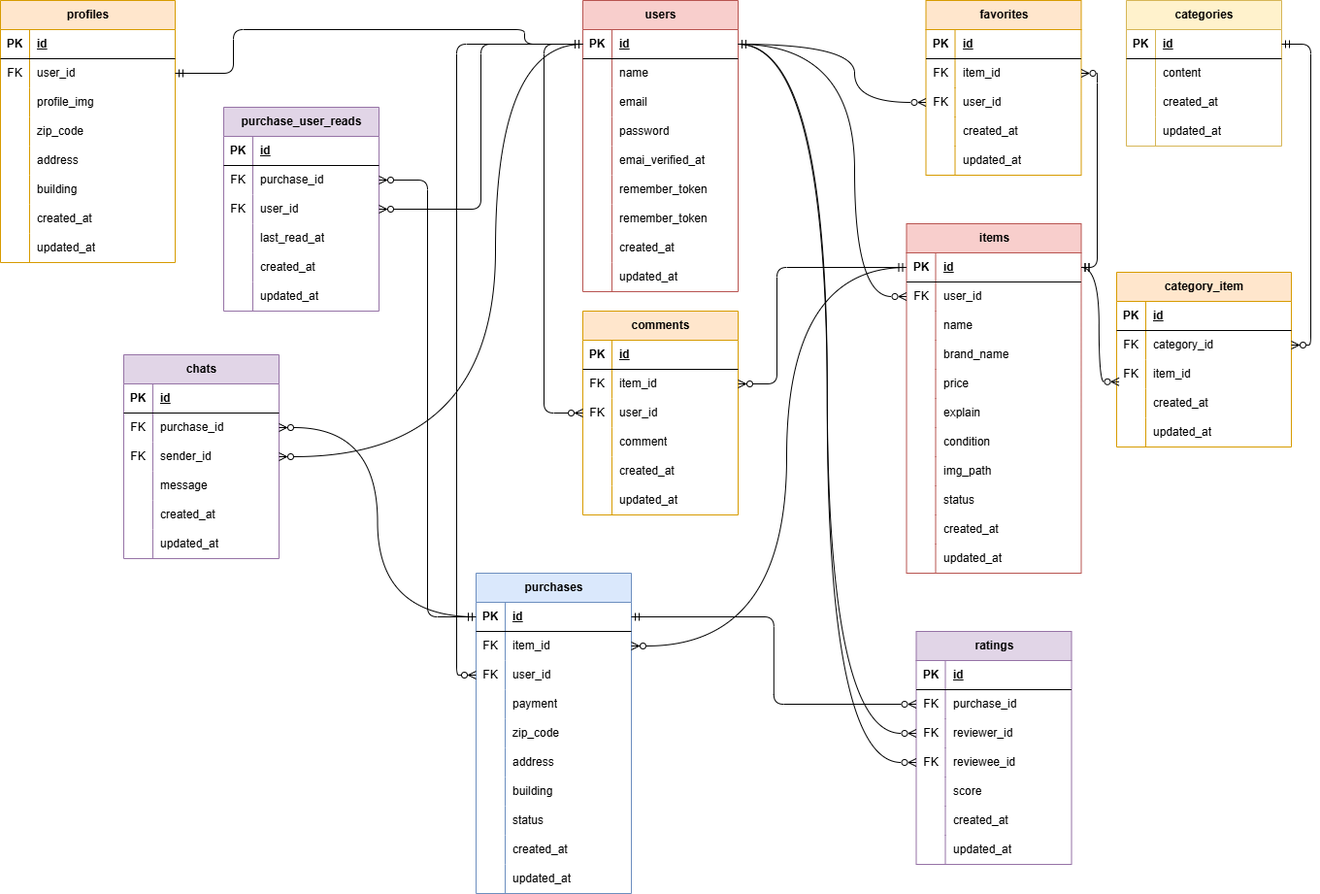
This is ER.drawio.png from torch29/matsumoto-mogikadai1, a draw.io export, as it was before one commit. Source tidied: cells renumbered, new cells last; positions are measured from the earlier drawing's top-left corner, leaving out a move shared by most shapes.
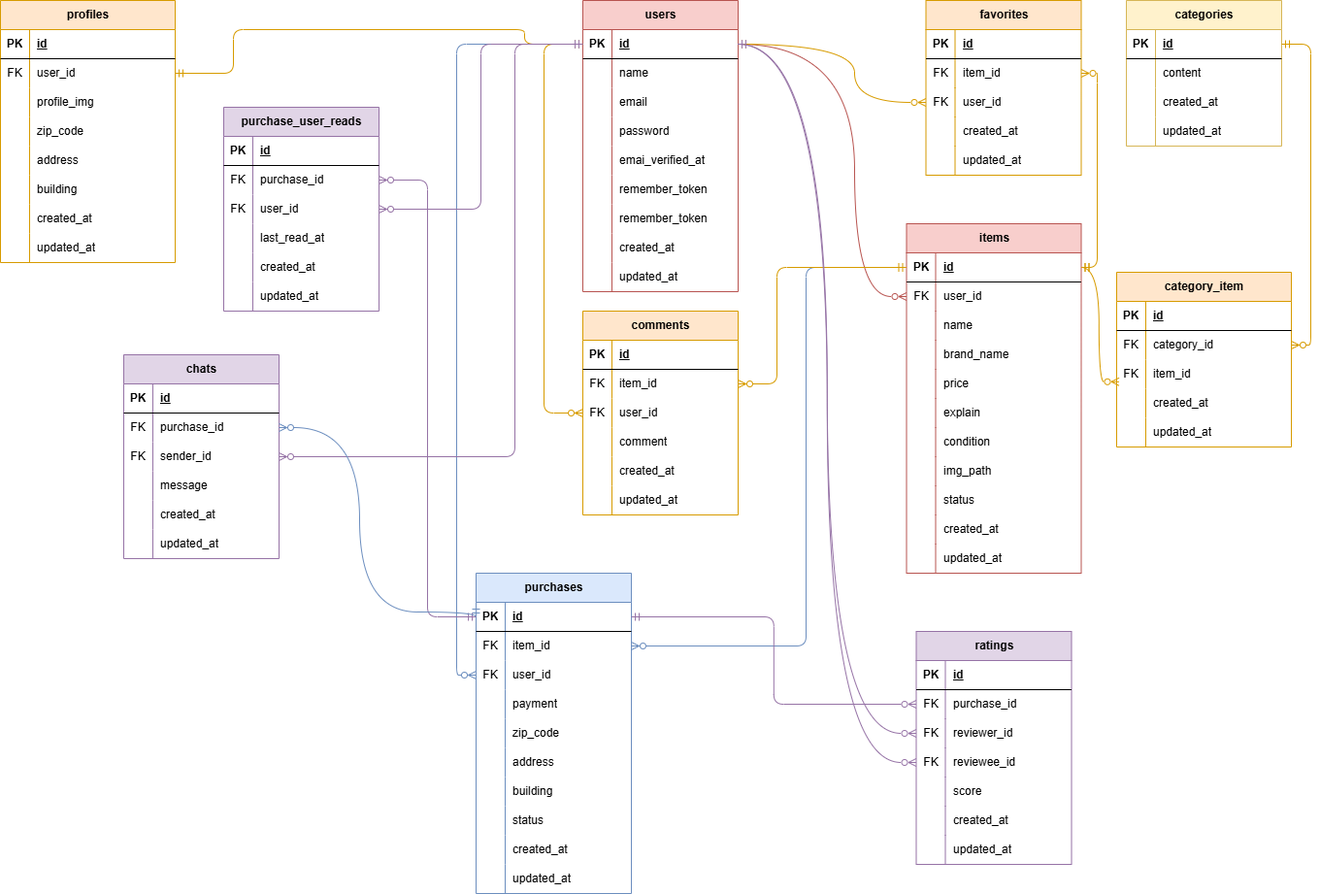
Above is the later version.

What changed in the source:
```diff
@@ -395,7 +395,7 @@
     <mxCell id="132" value="updated_at" style="shape=partialRectangle;fillColor=none;top=0;left=0;bottom=0;right=0;align=left;spacingLeft=6;overflow=hidden;whiteSpace=wrap;html=1;" parent="130" vertex="1">
       <mxGeometry x="30" width="130" height="30" as="geometry" />
     </mxCell>
-    <mxCell id="133" style="edgeStyle=orthogonalEdgeStyle;html=1;exitX=1;exitY=0.5;exitDx=0;exitDy=0;entryX=0;entryY=0.5;entryDx=0;entryDy=0;startArrow=ERmandOne;startFill=0;endArrow=ERzeroToMany;endFill=0;curved=1;" parent="1" edge="1" source="3" target="59">
+    <mxCell id="133" style="edgeStyle=orthogonalEdgeStyle;html=1;exitX=1;exitY=0.5;exitDx=0;exitDy=0;entryX=0;entryY=0.5;entryDx=0;entryDy=0;startArrow=ERmandOne;startFill=0;endArrow=ERzeroToMany;endFill=0;curved=1;fillColor=#f8cecc;strokeColor=#b85450;" parent="1" edge="1" source="3" target="59">
       <mxGeometry relative="1" as="geometry">
         <Array as="points">
           <mxPoint x="880" y="45" />
@@ -559,18 +559,18 @@
     <mxCell id="185" value="updated_at" style="shape=partialRectangle;fillColor=none;top=0;left=0;bottom=0;right=0;align=left;spacingLeft=6;overflow=hidden;whiteSpace=wrap;html=1;" parent="183" vertex="1">
       <mxGeometry x="30" width="150" height="30" as="geometry" />
     </mxCell>
-    <mxCell id="186" style="edgeStyle=orthogonalEdgeStyle;html=1;exitX=1;exitY=0.5;exitDx=0;exitDy=0;entryX=0.014;entryY=0.76;entryDx=0;entryDy=0;entryPerimeter=0;curved=1;endArrow=ERzeroToMany;endFill=0;startArrow=ERmandOne;startFill=0;" parent="1" edge="1" source="56" target="177">
+    <mxCell id="186" style="edgeStyle=orthogonalEdgeStyle;html=1;exitX=1;exitY=0.5;exitDx=0;exitDy=0;entryX=0.014;entryY=0.76;entryDx=0;entryDy=0;entryPerimeter=0;curved=1;endArrow=ERzeroToMany;endFill=0;startArrow=ERmandOne;startFill=0;fillColor=#ffe6cc;strokeColor=#d79b00;" parent="1" edge="1" source="56" target="177">
       <mxGeometry relative="1" as="geometry" />
     </mxCell>
-    <mxCell id="187" style="edgeStyle=orthogonalEdgeStyle;html=1;exitX=0;exitY=0.5;exitDx=0;exitDy=0;entryX=1;entryY=0.5;entryDx=0;entryDy=0;curved=1;endArrow=ERzeroToMany;endFill=0;" parent="1" edge="1" source="56" target="93">
+    <mxCell id="187" style="edgeStyle=orthogonalEdgeStyle;html=1;exitX=0;exitY=0.5;exitDx=0;exitDy=0;entryX=1;entryY=0.5;entryDx=0;entryDy=0;endArrow=ERzeroToMany;endFill=0;fillColor=#dae8fc;strokeColor=#6c8ebf;" parent="1" edge="1" source="56" target="93">
       <mxGeometry relative="1" as="geometry">
         <Array as="points">
-          <mxPoint x="810" y="275" />
-          <mxPoint x="810" y="665" />
+          <mxPoint x="830" y="275" />
+          <mxPoint x="830" y="665" />
         </Array>
       </mxGeometry>
     </mxCell>
-    <mxCell id="188" style="html=1;exitX=0;exitY=0.5;exitDx=0;exitDy=0;entryX=1;entryY=0.5;entryDx=0;entryDy=0;startArrow=ERmandOne;startFill=0;endArrow=ERmandOne;endFill=0;edgeStyle=orthogonalEdgeStyle;" parent="1" edge="1" source="3" target="34">
+    <mxCell id="188" style="html=1;exitX=0;exitY=0.5;exitDx=0;exitDy=0;entryX=1;entryY=0.5;entryDx=0;entryDy=0;startArrow=ERmandOne;startFill=0;endArrow=ERmandOne;endFill=0;edgeStyle=orthogonalEdgeStyle;fillColor=#ffe6cc;strokeColor=#d79b00;" parent="1" edge="1" source="3" target="34">
       <mxGeometry relative="1" as="geometry">
         <Array as="points">
           <mxPoint x="540" y="45" />
@@ -583,7 +583,7 @@
     <mxCell id="189" style="edgeStyle=orthogonalEdgeStyle;html=1;exitX=1;exitY=0.5;exitDx=0;exitDy=0;entryX=0;entryY=0.5;entryDx=0;entryDy=0;curved=1;startArrow=ERmandOne;startFill=0;endArrow=ERzeroToMany;endFill=0;" parent="1" edge="1" source="3">
       <mxGeometry relative="1" as="geometry" />
     </mxCell>
-    <mxCell id="190" style="edgeStyle=orthogonalEdgeStyle;html=1;exitX=1;exitY=0.5;exitDx=0;exitDy=0;entryX=1;entryY=0.5;entryDx=0;entryDy=0;startArrow=ERmandOne;startFill=0;endArrow=ERzeroToMany;endFill=0;" parent="1" edge="1" source="121" target="174">
+    <mxCell id="190" style="edgeStyle=orthogonalEdgeStyle;html=1;exitX=1;exitY=0.5;exitDx=0;exitDy=0;entryX=1;entryY=0.5;entryDx=0;entryDy=0;startArrow=ERmandOne;startFill=0;endArrow=ERzeroToMany;endFill=0;fillColor=#ffe6cc;strokeColor=#d79b00;" parent="1" edge="1" source="121" target="174">
       <mxGeometry relative="1" as="geometry">
         <Array as="points">
           <mxPoint x="1350" y="45" />
@@ -602,7 +602,7 @@
     <mxCell id="192" style="edgeStyle=orthogonalEdgeStyle;html=1;exitX=1;exitY=0.5;exitDx=0;exitDy=0;entryX=0;entryY=0.5;entryDx=0;entryDy=0;curved=1;startArrow=ERmandOne;startFill=0;endArrow=ERzeroToMany;endFill=0;" parent="1" edge="1" source="3">
       <mxGeometry relative="1" as="geometry" />
     </mxCell>
-    <mxCell id="193" style="edgeStyle=orthogonalEdgeStyle;html=1;exitX=1;exitY=0.5;exitDx=0;exitDy=0;entryX=1;entryY=0.5;entryDx=0;entryDy=0;startArrow=ERmandOne;startFill=0;endArrow=ERzeroToMany;endFill=0;" parent="1" edge="1" source="56" target="138">
+    <mxCell id="193" style="edgeStyle=orthogonalEdgeStyle;html=1;exitX=1;exitY=0.5;exitDx=0;exitDy=0;entryX=1;entryY=0.5;entryDx=0;entryDy=0;startArrow=ERmandOne;startFill=0;endArrow=ERzeroToMany;endFill=0;fillColor=#ffe6cc;strokeColor=#d79b00;" parent="1" edge="1" source="56" target="138">
       <mxGeometry relative="1" as="geometry">
         <Array as="points">
           <mxPoint x="1130" y="275" />
@@ -610,7 +610,7 @@
         </Array>
       </mxGeometry>
     </mxCell>
-    <mxCell id="194" style="edgeStyle=orthogonalEdgeStyle;html=1;exitX=1;exitY=0.5;exitDx=0;exitDy=0;entryX=0;entryY=0.5;entryDx=0;entryDy=0;curved=1;startArrow=ERmandOne;startFill=0;endArrow=ERzeroToMany;endFill=0;" parent="1" edge="1" source="3" target="141">
+    <mxCell id="194" style="edgeStyle=orthogonalEdgeStyle;html=1;exitX=1;exitY=0.5;exitDx=0;exitDy=0;entryX=0;entryY=0.5;entryDx=0;entryDy=0;curved=1;startArrow=ERmandOne;startFill=0;endArrow=ERzeroToMany;endFill=0;fillColor=#ffe6cc;strokeColor=#d79b00;" parent="1" edge="1" source="3" target="141">
       <mxGeometry relative="1" as="geometry">
         <Array as="points">
           <mxPoint x="880" y="45" />
@@ -618,7 +618,7 @@
         </Array>
       </mxGeometry>
     </mxCell>
-    <mxCell id="195" style="edgeStyle=orthogonalEdgeStyle;html=1;exitX=0;exitY=0.5;exitDx=0;exitDy=0;entryX=0;entryY=0.5;entryDx=0;entryDy=0;startArrow=ERmandOne;startFill=0;endArrow=ERzeroToMany;endFill=0;" parent="1" edge="1" source="3" target="96">
+    <mxCell id="195" style="edgeStyle=orthogonalEdgeStyle;html=1;exitX=0;exitY=0.5;exitDx=0;exitDy=0;entryX=0;entryY=0.5;entryDx=0;entryDy=0;startArrow=ERmandOne;startFill=0;endArrow=ERzeroToMany;endFill=0;fillColor=#dae8fc;strokeColor=#6c8ebf;" parent="1" edge="1" source="3" target="96">
       <mxGeometry relative="1" as="geometry">
         <Array as="points">
           <mxPoint x="470" y="45" />
@@ -626,7 +626,7 @@
         </Array>
       </mxGeometry>
     </mxCell>
-    <mxCell id="196" style="edgeStyle=orthogonalEdgeStyle;html=1;exitX=0;exitY=0.5;exitDx=0;exitDy=0;entryX=0;entryY=0.5;entryDx=0;entryDy=0;startArrow=ERmandOne;startFill=0;endArrow=ERzeroToMany;endFill=0;" parent="1" edge="1" source="3" target="158">
+    <mxCell id="196" style="edgeStyle=orthogonalEdgeStyle;html=1;exitX=0;exitY=0.5;exitDx=0;exitDy=0;entryX=0;entryY=0.5;entryDx=0;entryDy=0;startArrow=ERmandOne;startFill=0;endArrow=ERzeroToMany;endFill=0;fillColor=#ffe6cc;strokeColor=#d79b00;" parent="1" edge="1" source="3" target="158">
       <mxGeometry relative="1" as="geometry">
         <Array as="points">
           <mxPoint x="560" y="45" />
@@ -634,7 +634,7 @@
         </Array>
       </mxGeometry>
     </mxCell>
-    <mxCell id="197" style="edgeStyle=orthogonalEdgeStyle;html=1;exitX=0;exitY=0.5;exitDx=0;exitDy=0;entryX=1;entryY=0.5;entryDx=0;entryDy=0;startArrow=ERmandOne;startFill=0;endArrow=ERzeroToMany;endFill=0;" parent="1" edge="1" source="56" target="155">
+    <mxCell id="197" style="edgeStyle=orthogonalEdgeStyle;html=1;exitX=0;exitY=0.5;exitDx=0;exitDy=0;entryX=1;entryY=0.5;entryDx=0;entryDy=0;startArrow=ERmandOne;startFill=0;endArrow=ERzeroToMany;endFill=0;fillColor=#ffe6cc;strokeColor=#d79b00;" parent="1" edge="1" source="56" target="155">
       <mxGeometry relative="1" as="geometry">
         <Array as="points">
           <mxPoint x="800" y="275" />
@@ -822,30 +822,36 @@
     <mxCell id="257" value="updated_at" style="shape=partialRectangle;fillColor=none;top=0;left=0;bottom=0;right=0;align=left;spacingLeft=6;overflow=hidden;whiteSpace=wrap;html=1;" parent="255" vertex="1">
       <mxGeometry x="30" width="130" height="30" as="geometry" />
     </mxCell>
-    <mxCell id="258" style="edgeStyle=orthogonalEdgeStyle;html=1;exitX=0;exitY=0.5;exitDx=0;exitDy=0;entryX=1;entryY=0.5;entryDx=0;entryDy=0;startArrow=ERmandOne;startFill=0;endArrow=ERzeroToMany;endFill=0;" parent="1" edge="1" source="3" target="246">
+    <mxCell id="258" style="edgeStyle=orthogonalEdgeStyle;html=1;exitX=0;exitY=0.5;exitDx=0;exitDy=0;entryX=1;entryY=0.5;entryDx=0;entryDy=0;startArrow=ERmandOne;startFill=0;endArrow=ERzeroToMany;endFill=0;fillColor=#e1d5e7;strokeColor=#9673a6;" parent="1" edge="1" source="3" target="246">
       <mxGeometry relative="1" as="geometry" />
     </mxCell>
-    <mxCell id="259" style="edgeStyle=orthogonalEdgeStyle;html=1;exitX=0;exitY=0.5;exitDx=0;exitDy=0;entryX=1;entryY=0.5;entryDx=0;entryDy=0;startArrow=ERmandOne;startFill=0;endArrow=ERzeroToMany;endFill=0;" parent="1" edge="1" source="90" target="243">
+    <mxCell id="259" style="edgeStyle=orthogonalEdgeStyle;html=1;exitX=0;exitY=0.5;exitDx=0;exitDy=0;entryX=1;entryY=0.5;entryDx=0;entryDy=0;startArrow=ERmandOne;startFill=0;endArrow=ERzeroToMany;endFill=0;fillColor=#e1d5e7;strokeColor=#9673a6;" parent="1" edge="1" source="90" target="243">
       <mxGeometry relative="1" as="geometry" />
     </mxCell>
-    <mxCell id="260" style="edgeStyle=orthogonalEdgeStyle;html=1;exitX=0;exitY=0.5;exitDx=0;exitDy=0;entryX=1;entryY=0.5;entryDx=0;entryDy=0;endArrow=ERzeroToMany;endFill=0;startArrow=ERmandOne;startFill=0;curved=1;" parent="1" edge="1" source="3" target="205">
+    <mxCell id="260" style="edgeStyle=orthogonalEdgeStyle;html=1;exitX=0;exitY=0.5;exitDx=0;exitDy=0;entryX=1;entryY=0.5;entryDx=0;entryDy=0;endArrow=ERzeroToMany;endFill=0;startArrow=ERmandOne;startFill=0;fillColor=#e1d5e7;strokeColor=#9673a6;" parent="1" edge="1" source="3" target="205">
       <mxGeometry relative="1" as="geometry">
         <Array as="points">
-          <mxPoint x="510" y="45" />
-          <mxPoint x="510" y="470" />
+          <mxPoint x="530" y="45" />
+          <mxPoint x="530" y="470" />
         </Array>
       </mxGeometry>
     </mxCell>
-    <mxCell id="261" style="edgeStyle=orthogonalEdgeStyle;html=1;exitX=0;exitY=0.5;exitDx=0;exitDy=0;entryX=1;entryY=0.5;entryDx=0;entryDy=0;startArrow=ERmandOne;startFill=0;endArrow=ERzeroToMany;endFill=0;curved=1;" parent="1" edge="1" source="90" target="202">
-      <mxGeometry relative="1" as="geometry" />
+    <mxCell id="261" style="edgeStyle=orthogonalEdgeStyle;html=1;exitX=0;exitY=0.5;exitDx=0;exitDy=0;entryX=1;entryY=0.5;entryDx=0;entryDy=0;startArrow=ERmandOne;startFill=0;endArrow=ERzeroToMany;endFill=0;curved=1;fillColor=#dae8fc;strokeColor=#6c8ebf;" parent="1" edge="1" source="90" target="202">
+      <mxGeometry relative="1" as="geometry">
+        <Array as="points">
+          <mxPoint x="490" y="630" />
+          <mxPoint x="370" y="630" />
+          <mxPoint x="370" y="440" />
+        </Array>
+      </mxGeometry>
     </mxCell>
-    <mxCell id="262" style="edgeStyle=orthogonalEdgeStyle;html=1;exitX=1;exitY=0.5;exitDx=0;exitDy=0;entryX=0;entryY=0.5;entryDx=0;entryDy=0;startArrow=ERmandOne;startFill=0;endArrow=ERzeroToMany;endFill=0;" parent="1" edge="1" source="90" target="221">
+    <mxCell id="262" style="edgeStyle=orthogonalEdgeStyle;html=1;exitX=1;exitY=0.5;exitDx=0;exitDy=0;entryX=0;entryY=0.5;entryDx=0;entryDy=0;startArrow=ERmandOne;startFill=0;endArrow=ERzeroToMany;endFill=0;fillColor=#e1d5e7;strokeColor=#9673a6;" parent="1" edge="1" source="90" target="221">
       <mxGeometry relative="1" as="geometry" />
     </mxCell>
-    <mxCell id="263" style="edgeStyle=orthogonalEdgeStyle;html=1;exitX=1;exitY=0.5;exitDx=0;exitDy=0;entryX=0;entryY=0.5;entryDx=0;entryDy=0;curved=1;startArrow=ERmandOne;startFill=0;endArrow=ERzeroToMany;endFill=0;" parent="1" edge="1" source="3" target="224">
+    <mxCell id="263" style="edgeStyle=orthogonalEdgeStyle;html=1;exitX=1;exitY=0.5;exitDx=0;exitDy=0;entryX=0;entryY=0.5;entryDx=0;entryDy=0;curved=1;startArrow=ERmandOne;startFill=0;endArrow=ERzeroToMany;endFill=0;fillColor=#e1d5e7;strokeColor=#9673a6;strokeWidth=1;" parent="1" edge="1" source="3" target="224">
       <mxGeometry relative="1" as="geometry" />
     </mxCell>
-    <mxCell id="264" style="edgeStyle=orthogonalEdgeStyle;html=1;exitX=1;exitY=0.5;exitDx=0;exitDy=0;entryX=0;entryY=0.5;entryDx=0;entryDy=0;curved=1;startArrow=ERmandOne;startFill=0;endArrow=ERzeroToMany;endFill=0;" parent="1" edge="1" source="3" target="227">
+    <mxCell id="264" style="edgeStyle=orthogonalEdgeStyle;html=1;exitX=1;exitY=0.5;exitDx=0;exitDy=0;entryX=0;entryY=0.5;entryDx=0;entryDy=0;curved=1;startArrow=ERmandOne;startFill=0;endArrow=ERzeroToMany;endFill=0;fillColor=#e1d5e7;strokeColor=#9673a6;strokeWidth=1;" parent="1" edge="1" source="3" target="227">
       <mxGeometry relative="1" as="geometry" />
     </mxCell>
   </root>
```
